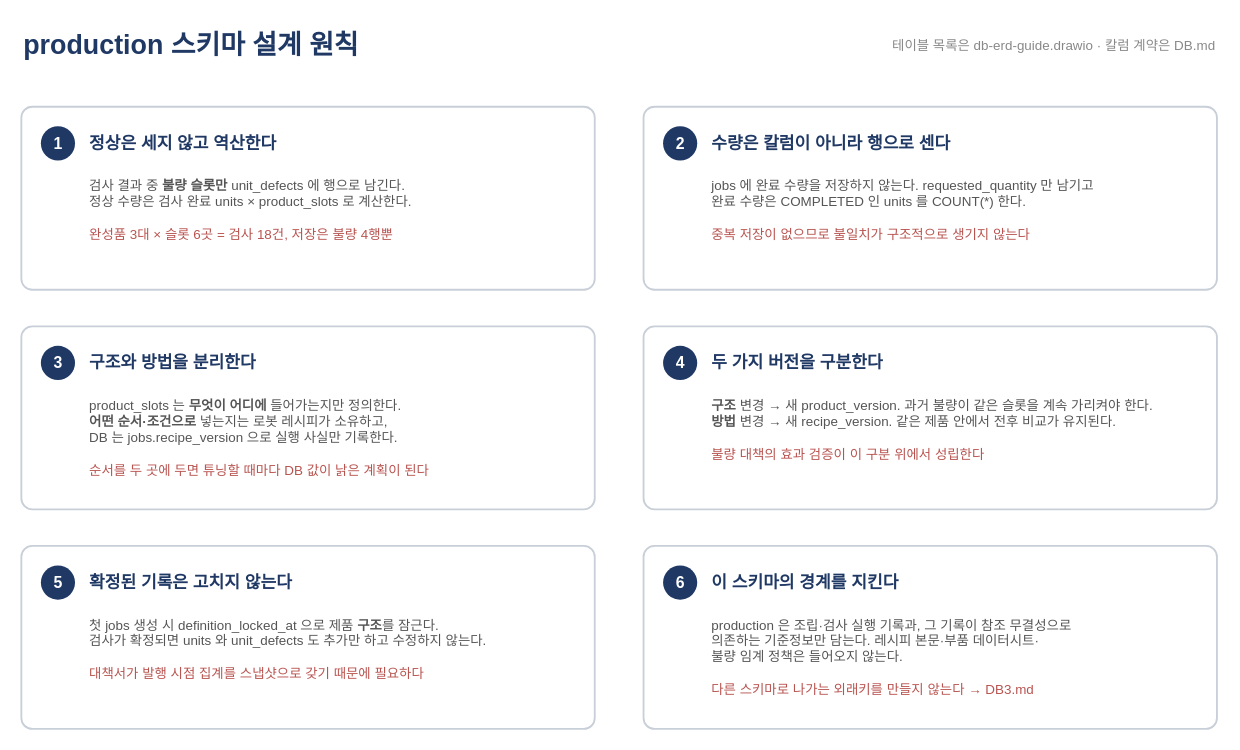
Before: UnityDT/Docs/db-schema-overview.drawio in eduwing-robotics/ros2-ai-cobot-repo1, a draw.io diagram. Source tidied: cells renumbered, new cells numbered last; positions are measured from the earlier drawing's top-left corner, leaving out a move shared by most shapes. Both pictures are drawn from the tidied source at 122%, with x=0, y=0 at pixel (21, 21).
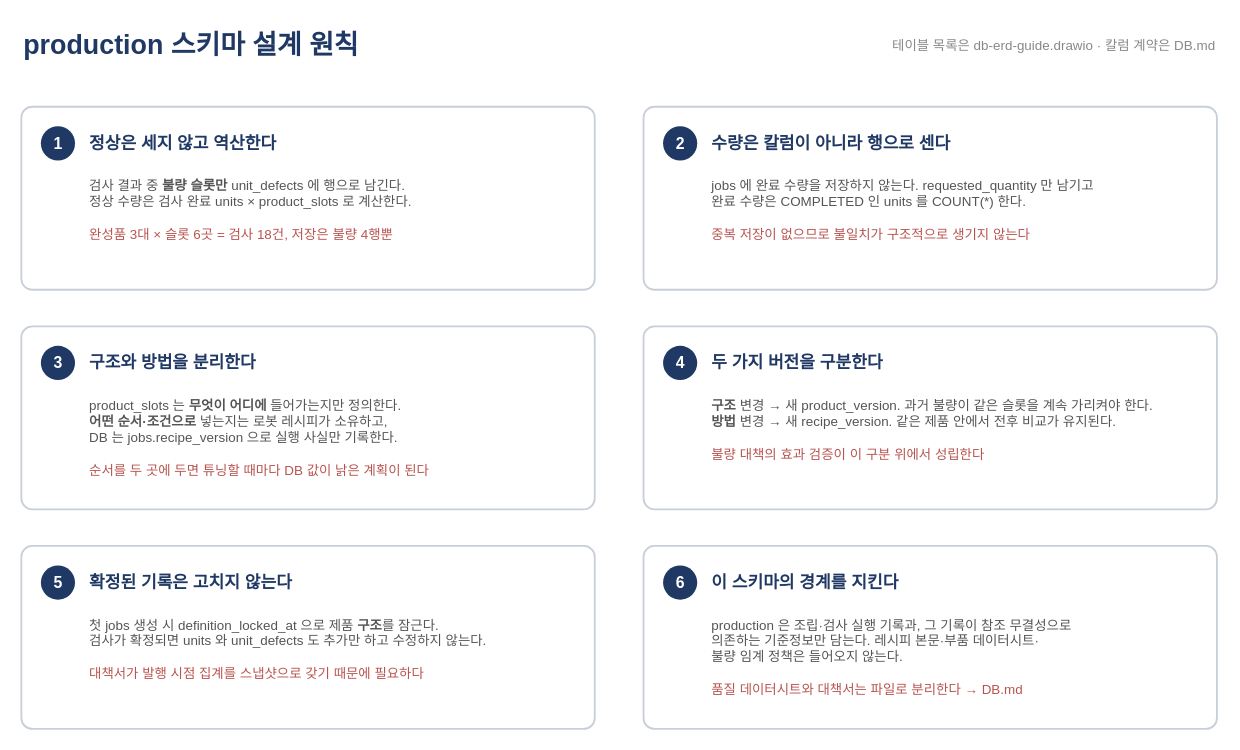
The same page after the edit.

Diff of the diagram source:
```diff
@@
-    <mxCell id="25" value="production 은 조립·검사 실행 기록과, 그 기록이 참조 무결성으로&lt;br&gt;의존하는 기준정보만 담는다. 레시피 본문·부품 데이터시트·&lt;br&gt;불량 임계 정책은 들어오지 않는다.&lt;br&gt;&lt;br&gt;&lt;font color=&quot;#B85450&quot;&gt;다른 스키마로 나가는 외래키를 만들지 않는다 → DB3.md&lt;/font&gt;" style="text;html=1;whiteSpace=wrap;strokeColor=none;fillColor=none;align=left;verticalAlign=top;fontSize=11;fontColor=#555555;spacingTop=2;" parent="1" vertex="1">
+    <mxCell id="25" value="production 은 조립·검사 실행 기록과, 그 기록이 참조 무결성으로&lt;br&gt;의존하는 기준정보만 담는다. 레시피 본문·부품 데이터시트·&lt;br&gt;불량 임계 정책은 들어오지 않는다.&lt;br&gt;&lt;br&gt;&lt;font color=&quot;#B85450&quot;&gt;품질 데이터시트와 대책서는 파일로 분리한다 → DB.md&lt;/font&gt;" style="text;html=1;whiteSpace=wrap;strokeColor=none;fillColor=none;align=left;verticalAlign=top;fontSize=11;fontColor=#555555;spacingTop=2;" parent="1" vertex="1">
       <mxGeometry x="564" y="480" width="396" height="88" as="geometry" />
     </mxCell>
```
